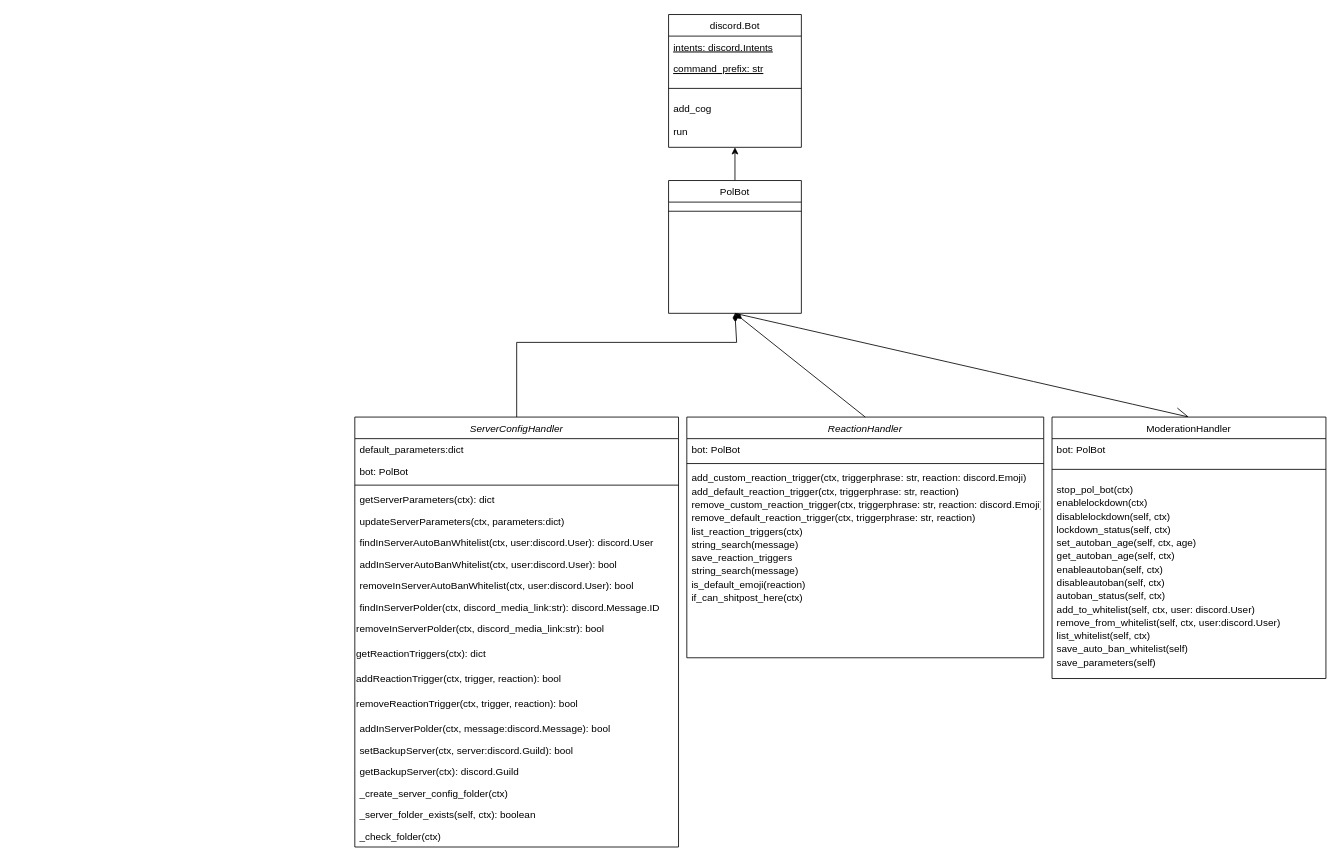
abdann/polbot keeps this draw.io diagram as Untitled Diagram.drawio. Above is the earlier version. Source tidied: cells renumbered, new cells numbered last; positions are measured from the earlier drawing's top-left corner, leaving out a move shared by most shapes. Both pictures are drawn from the tidied source at 83%, with x=0, y=0 at pixel (354, 14).
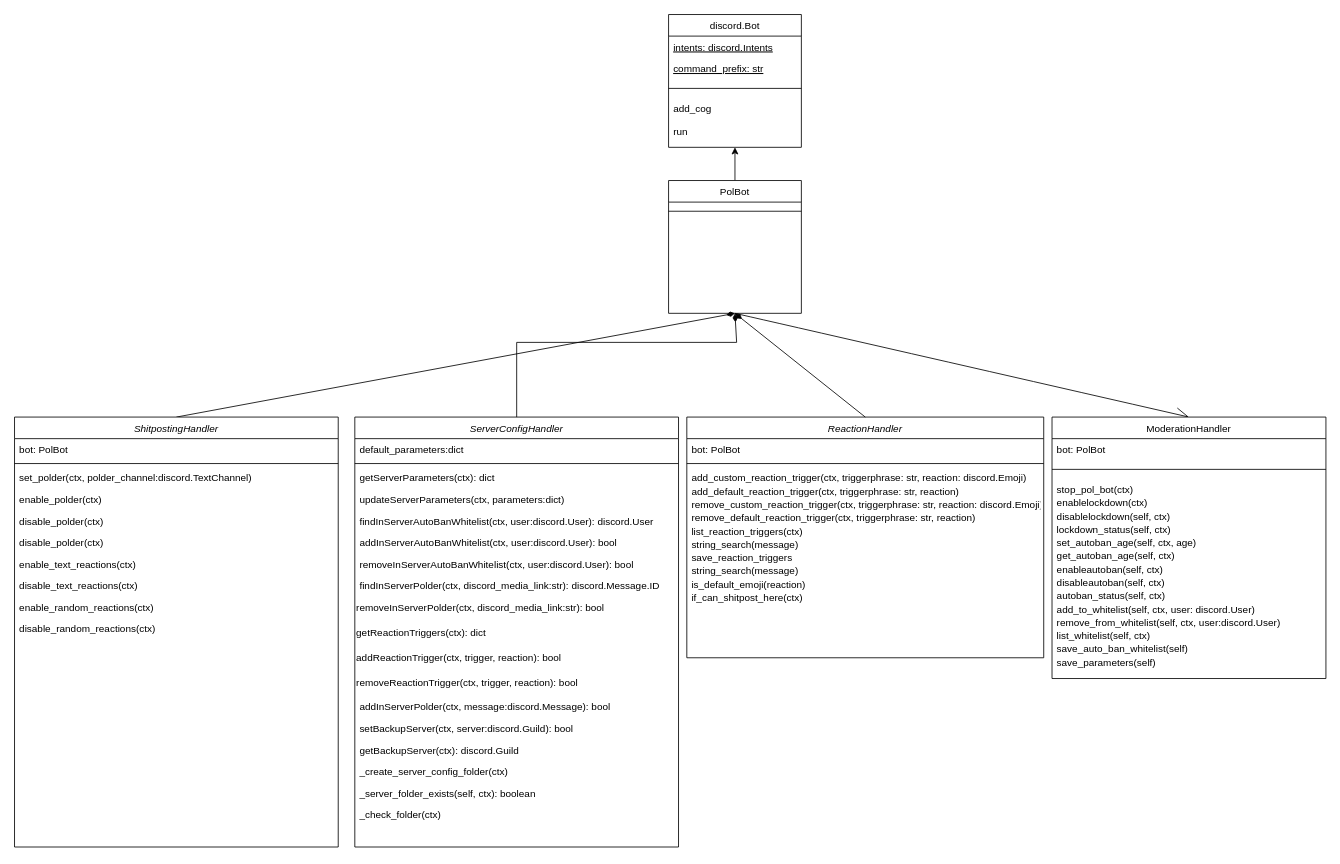
The same page after the edit.

Unchanged cells that the change refers to:
```xml
<mxCell id="2" value="ServerConfigHandler" style="swimlane;fontStyle=2;align=center;verticalAlign=top;horizontal=1;startSize=26;rounded=0;shadow=0;strokeWidth=1;" parent="1" vertex="1">
  <mxGeometry y="485" width="390" height="518" as="geometry" />
</mxCell>
<mxCell id="31" value="PolBot" style="swimlane;fontStyle=0;align=center;verticalAlign=top;horizontal=1;startSize=26;rounded=0;shadow=0;strokeWidth=1;" parent="1" vertex="1">
  <mxGeometry x="378" y="200" width="160" height="160" as="geometry" />
</mxCell>
```

The edit, as a diff of the source:
```diff
@@
-    <mxCell id="4" value="bot: PolBot" style="text;align=left;verticalAlign=top;spacingLeft=4;spacingRight=4;overflow=hidden;rounded=0;shadow=0;html=0;" parent="2" vertex="1">
-      <mxGeometry y="52" width="390" height="26" as="geometry" />
-    </mxCell>
     <mxCell id="5" style="line;html=1;strokeWidth=1;align=left;verticalAlign=middle;spacingTop=-1;spacingLeft=3;spacingRight=3;labelPosition=right;" parent="2" vertex="1">
-      <mxGeometry y="78" width="390" height="8" as="geometry" />
+      <mxGeometry y="52" width="390" height="8" as="geometry" />
     </mxCell>
     <mxCell id="6" value="getServerParameters(ctx): dict" style="text;align=left;verticalAlign=top;spacingLeft=4;spacingRight=4;overflow=hidden;" parent="2" vertex="1">
-      <mxGeometry y="86" width="390" height="26" as="geometry" />
+      <mxGeometry y="60" width="390" height="26" as="geometry" />
     </mxCell>
     <mxCell id="7" value="updateServerParameters(ctx, parameters:dict)" style="text;align=left;verticalAlign=top;spacingLeft=4;spacingRight=4;overflow=hidden;" parent="2" vertex="1">
-      <mxGeometry y="112" width="390" height="26" as="geometry" />
+      <mxGeometry y="86" width="390" height="26" as="geometry" />
     </mxCell>
     <mxCell id="8" value="findInServerAutoBanWhitelist(ctx, user:discord.User): discord.User" style="text;align=left;verticalAlign=top;spacingLeft=4;spacingRight=4;overflow=hidden;" parent="2" vertex="1">
-      <mxGeometry y="138" width="390" height="26" as="geometry" />
+      <mxGeometry y="112" width="390" height="26" as="geometry" />
     </mxCell>
     <mxCell id="9" value="addInServerAutoBanWhitelist(ctx, user:discord.User): bool" style="text;align=left;verticalAlign=top;spacingLeft=4;spacingRight=4;overflow=hidden;" parent="2" vertex="1">
-      <mxGeometry y="164" width="390" height="26" as="geometry" />
+      <mxGeometry y="138" width="390" height="26" as="geometry" />
     </mxCell>
     <mxCell id="10" value="removeInServerAutoBanWhitelist(ctx, user:discord.User): bool" style="text;align=left;verticalAlign=top;spacingLeft=4;spacingRight=4;overflow=hidden;" parent="2" vertex="1">
-      <mxGeometry y="190" width="390" height="26" as="geometry" />
+      <mxGeometry y="164" width="390" height="26" as="geometry" />
     </mxCell>
     <mxCell id="11" value="findInServerPolder(ctx, discord_media_link:str): discord.Message.ID" style="text;align=left;verticalAlign=top;spacingLeft=4;spacingRight=4;overflow=hidden;" parent="2" vertex="1">
-      <mxGeometry y="216" width="390" height="26" as="geometry" />
+      <mxGeometry y="190" width="390" height="26" as="geometry" />
     </mxCell>
     <mxCell id="12" value="removeInServerPolder(ctx, discord_media_link:str): bool" style="text;whiteSpace=wrap;html=1;" parent="2" vertex="1">
-      <mxGeometry y="242" width="390" height="30" as="geometry" />
+      <mxGeometry y="216" width="390" height="30" as="geometry" />
     </mxCell>
     <mxCell id="13" value="getReactionTriggers(ctx): dict" style="text;whiteSpace=wrap;html=1;" parent="2" vertex="1">
-      <mxGeometry y="272" width="390" height="30" as="geometry" />
+      <mxGeometry y="246" width="390" height="30" as="geometry" />
     </mxCell>
     <mxCell id="14" value="addReactionTrigger(ctx, trigger, reaction): bool" style="text;whiteSpace=wrap;html=1;" parent="2" vertex="1">
-      <mxGeometry y="302" width="390" height="30" as="geometry" />
+      <mxGeometry y="276" width="390" height="30" as="geometry" />
     </mxCell>
     <mxCell id="15" value="removeReactionTrigger(ctx, trigger, reaction): bool" style="text;whiteSpace=wrap;html=1;" parent="2" vertex="1">
-      <mxGeometry y="332" width="390" height="30" as="geometry" />
+      <mxGeometry y="306" width="390" height="30" as="geometry" />
     </mxCell>
     <mxCell id="16" value="addInServerPolder(ctx, message:discord.Message): bool" style="text;align=left;verticalAlign=top;spacingLeft=4;spacingRight=4;overflow=hidden;" parent="2" vertex="1">
-      <mxGeometry y="362" width="390" height="26" as="geometry" />
+      <mxGeometry y="336" width="390" height="26" as="geometry" />
     </mxCell>
     <mxCell id="17" value="setBackupServer(ctx, server:discord.Guild): bool" style="text;align=left;verticalAlign=top;spacingLeft=4;spacingRight=4;overflow=hidden;" parent="2" vertex="1">
-      <mxGeometry y="388" width="390" height="26" as="geometry" />
+      <mxGeometry y="362" width="390" height="26" as="geometry" />
     </mxCell>
     <mxCell id="18" value="getBackupServer(ctx): discord.Guild" style="text;align=left;verticalAlign=top;spacingLeft=4;spacingRight=4;overflow=hidden;" parent="2" vertex="1">
-      <mxGeometry y="414" width="390" height="26" as="geometry" />
+      <mxGeometry y="388" width="390" height="26" as="geometry" />
     </mxCell>
     <mxCell id="19" value="_create_server_config_folder(ctx)" style="text;align=left;verticalAlign=top;spacingLeft=4;spacingRight=4;overflow=hidden;" parent="2" vertex="1">
-      <mxGeometry y="440" width="390" height="26" as="geometry" />
+      <mxGeometry y="414" width="390" height="26" as="geometry" />
     </mxCell>
     <mxCell id="20" value="_server_folder_exists(self, ctx): boolean" style="text;align=left;verticalAlign=top;spacingLeft=4;spacingRight=4;overflow=hidden;" parent="2" vertex="1">
-      <mxGeometry y="466" width="390" height="26" as="geometry" />
+      <mxGeometry y="440" width="390" height="26" as="geometry" />
     </mxCell>
     <mxCell id="21" value="_check_folder(ctx)" style="text;align=left;verticalAlign=top;spacingLeft=4;spacingRight=4;overflow=hidden;" parent="2" vertex="1">
-      <mxGeometry y="492" width="390" height="26" as="geometry" />
+      <mxGeometry y="466" width="390" height="26" as="geometry" />
     </mxCell>
@@
+    <mxCell id="64" style="endArrow=none;startArrow=diamondThin;endFill=0;startFill=1;html=1;verticalAlign=bottom;labelBackgroundColor=none;strokeWidth=1;startSize=8;endSize=8;rounded=0;exitX=0.5;exitY=1;exitDx=0;exitDy=0;entryX=0.5;entryY=0;entryDx=0;entryDy=0;" parent="1" edge="1" source="31" target="65">
+      <mxGeometry relative="1" as="geometry" />
+    </mxCell>
+    <mxCell id="65" value="ShitpostingHandler" style="swimlane;fontStyle=2;align=center;verticalAlign=top;horizontal=1;startSize=26;rounded=0;shadow=0;strokeWidth=1;" parent="1" vertex="1">
+      <mxGeometry x="-410" y="485" width="390" height="518" as="geometry" />
+    </mxCell>
+    <mxCell id="4" value="bot: PolBot" style="text;align=left;verticalAlign=top;spacingLeft=4;spacingRight=4;overflow=hidden;rounded=0;shadow=0;html=0;" parent="65" vertex="1">
+      <mxGeometry y="26" width="390" height="26" as="geometry" />
+    </mxCell>
+    <mxCell id="66" style="line;html=1;strokeWidth=1;align=left;verticalAlign=middle;spacingTop=-1;spacingLeft=3;spacingRight=3;labelPosition=right;" parent="65" vertex="1">
+      <mxGeometry y="52" width="390" height="8" as="geometry" />
+    </mxCell>
+    <mxCell id="67" value="set_polder(ctx, polder_channel:discord.TextChannel)" style="text;align=left;verticalAlign=top;spacingLeft=4;spacingRight=4;overflow=hidden;" parent="65" vertex="1">
+      <mxGeometry y="60" width="390" height="26" as="geometry" />
+    </mxCell>
+    <mxCell id="68" value="enable_polder(ctx)" style="text;align=left;verticalAlign=top;spacingLeft=4;spacingRight=4;overflow=hidden;" parent="65" vertex="1">
+      <mxGeometry y="86" width="390" height="26" as="geometry" />
+    </mxCell>
+    <mxCell id="69" value="disable_polder(ctx)" style="text;align=left;verticalAlign=top;spacingLeft=4;spacingRight=4;overflow=hidden;" parent="65" vertex="1">
+      <mxGeometry y="112" width="390" height="26" as="geometry" />
+    </mxCell>
+    <mxCell id="70" value="disable_polder(ctx)" style="text;align=left;verticalAlign=top;spacingLeft=4;spacingRight=4;overflow=hidden;" parent="65" vertex="1">
+      <mxGeometry y="138" width="390" height="26" as="geometry" />
+    </mxCell>
+    <mxCell id="71" value="enable_text_reactions(ctx)" style="text;align=left;verticalAlign=top;spacingLeft=4;spacingRight=4;overflow=hidden;" parent="65" vertex="1">
+      <mxGeometry y="164" width="390" height="26" as="geometry" />
+    </mxCell>
+    <mxCell id="72" value="disable_text_reactions(ctx)" style="text;align=left;verticalAlign=top;spacingLeft=4;spacingRight=4;overflow=hidden;" parent="65" vertex="1">
+      <mxGeometry y="190" width="390" height="26" as="geometry" />
+    </mxCell>
+    <mxCell id="73" value="enable_random_reactions(ctx)" style="text;align=left;verticalAlign=top;spacingLeft=4;spacingRight=4;overflow=hidden;" parent="65" vertex="1">
+      <mxGeometry y="216" width="390" height="26" as="geometry" />
+    </mxCell>
+    <mxCell id="74" value="disable_random_reactions(ctx)" style="text;align=left;verticalAlign=top;spacingLeft=4;spacingRight=4;overflow=hidden;" parent="65" vertex="1">
+      <mxGeometry y="242" width="390" height="26" as="geometry" />
+    </mxCell>
```
